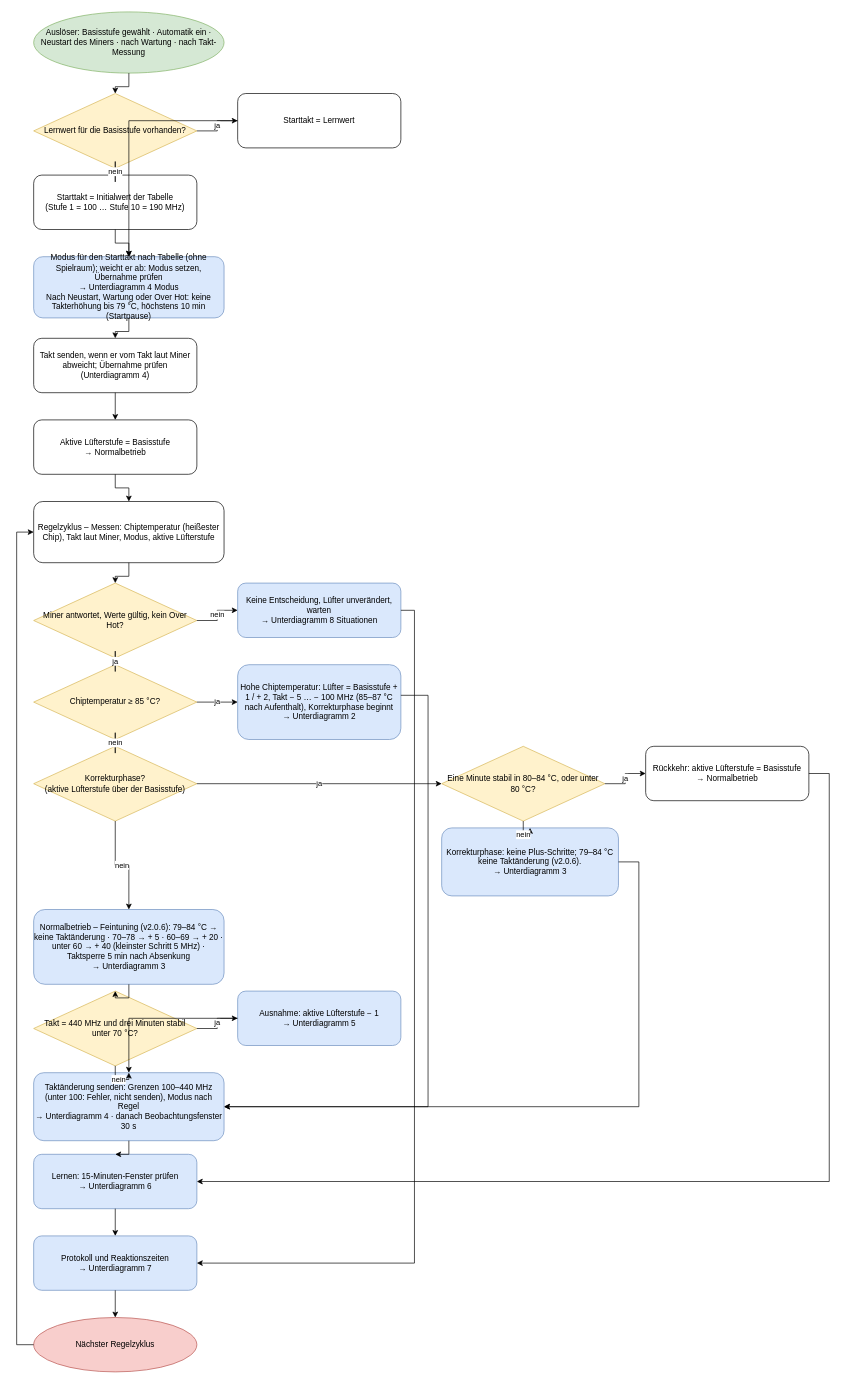
This is page "1 Hauptablauf" (1 of 8) of docs/claude/Regelungslogik-Luefter-Takt.drawio from lieferbaer/miner-sentinel, a draw.io file, before an edit. Source tidied: cells renumbered, new cells numbered last; positions are measured from the earlier drawing's top-left corner, leaving out a move shared by most shapes. Both pictures are drawn from the tidied source at 68%, with x=0, y=0 at pixel (16, 12).
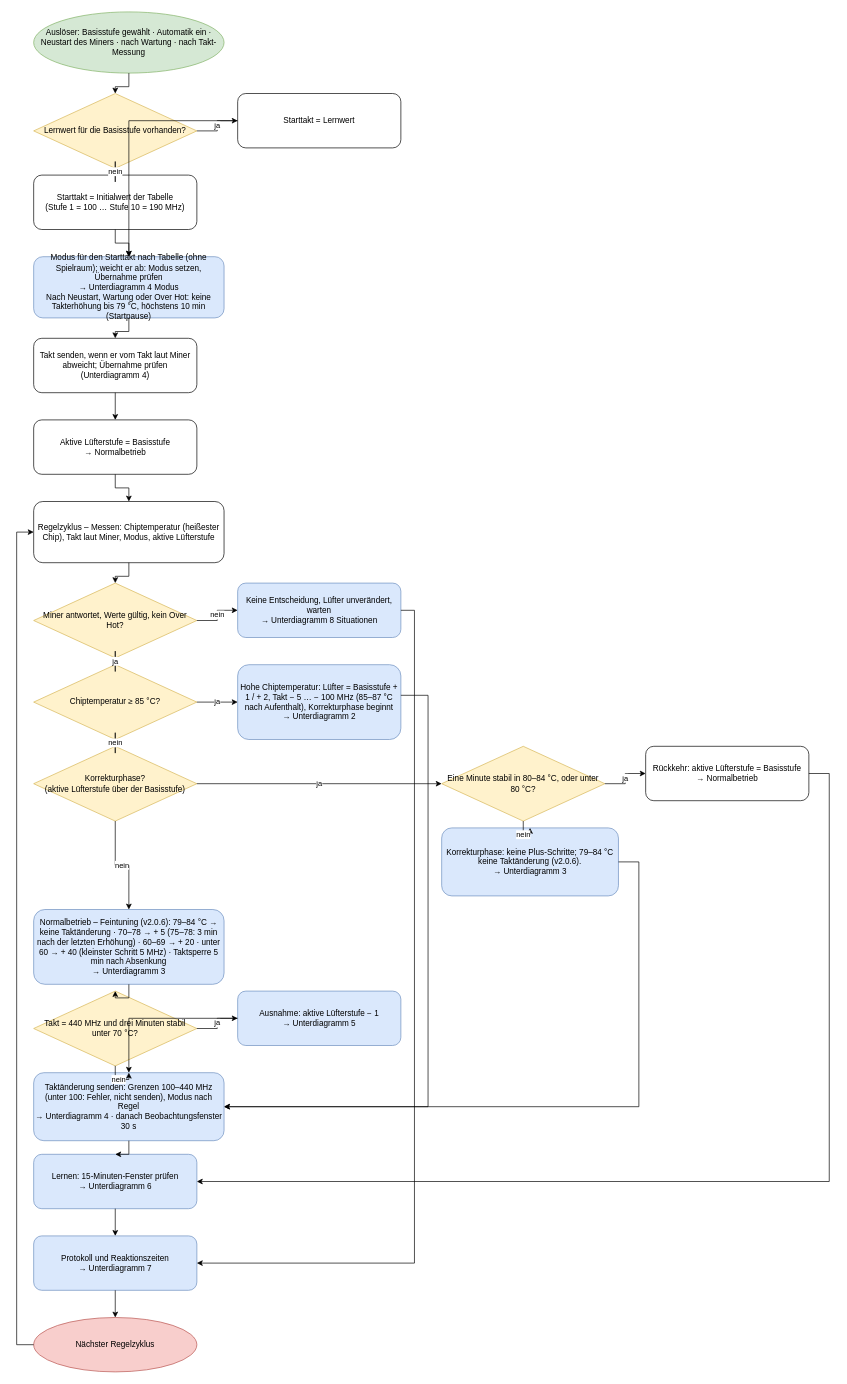
The same page after the edit.

Change to the diagram source:
```diff
@@
-    <mxCell id="18" value="Normalbetrieb – Feintuning (v2.0.6): 79–84 °C → keine Taktänderung · 70–78 → + 5 · 60–69 → + 20 · unter 60 → + 40 (kleinster Schritt 5 MHz) · Taktsperre 5 min nach Absenkung&lt;br&gt;→ Unterdiagramm 3" style="rounded=1;whiteSpace=wrap;html=1;fillColor=#dae8fc;strokeColor=#6c8ebf;" parent="1" vertex="1">
+    <mxCell id="18" value="Normalbetrieb – Feintuning (v2.0.6): 79–84 °C → keine Taktänderung · 70–78 → + 5 (75–78: 3 min nach der letzten Erhöhung) · 60–69 → + 20 · unter 60 → + 40 (kleinster Schritt 5 MHz) · Taktsperre 5 min nach Absenkung&lt;br&gt;→ Unterdiagramm 3" style="rounded=1;whiteSpace=wrap;html=1;fillColor=#dae8fc;strokeColor=#6c8ebf;" parent="1" vertex="1">
       <mxGeometry x="25" y="1320" width="280" height="110" as="geometry" />
     </mxCell>
```
